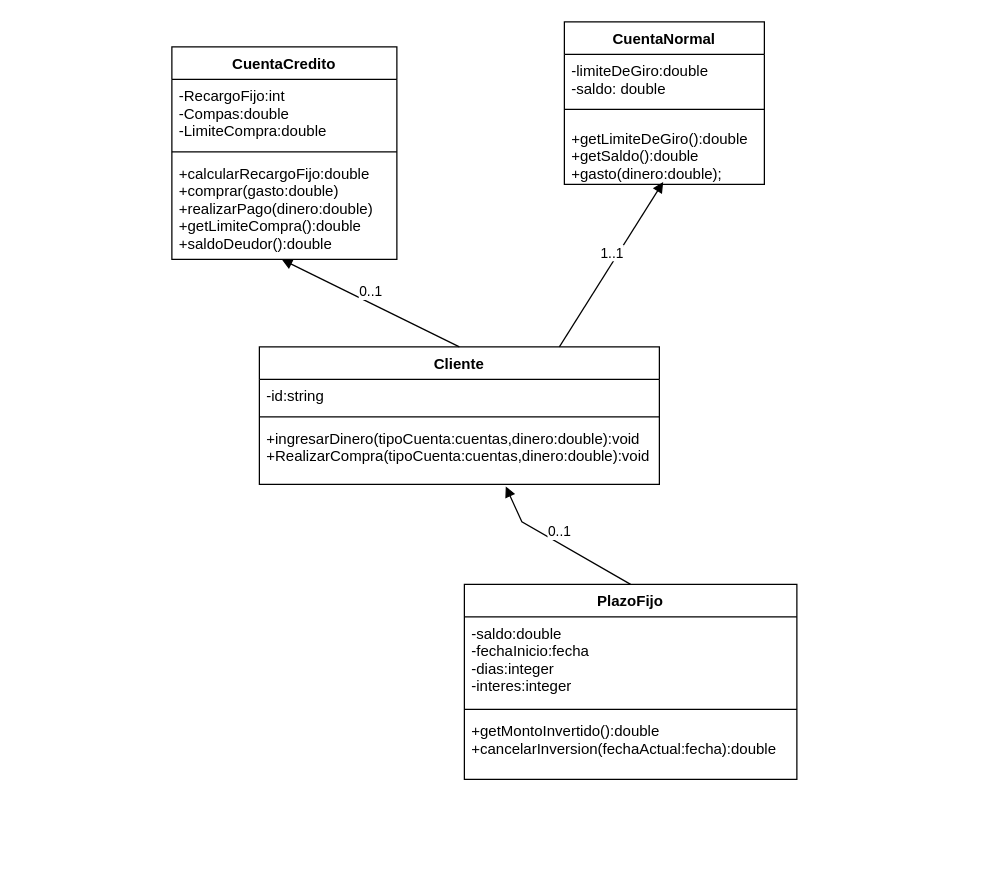
Before: GuiaDeClases-ClasesYAsociaciones(UMLs)/Punto 10_11.drawio in magalilatessa/POO, a draw.io diagram. Source tidied: cells renumbered, new cells numbered last; positions are measured from the earlier drawing's top-left corner, leaving out a move shared by most shapes. Both pictures are drawn from the tidied source at 125%, with x=0, y=0 at pixel (171, 21).
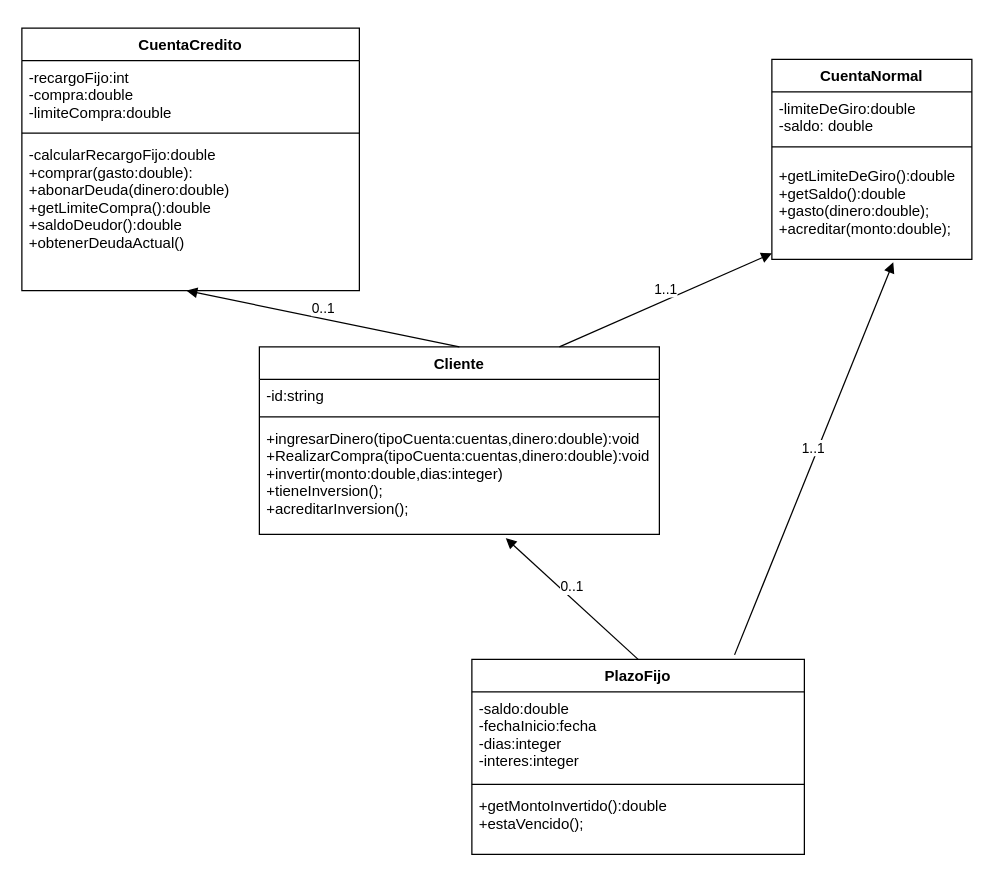
Above is the later version.

The edit, as a diff of the source:
```diff
@@
     <mxCell id="2" value="CuentaCredito" style="swimlane;fontStyle=1;align=center;verticalAlign=top;horizontal=1;startSize=26;" parent="1" vertex="1">
-      <mxGeometry y="20" width="180" height="170" as="geometry" />
+      <mxGeometry x="-120" y="5" width="270" height="210" as="geometry" />
     </mxCell>
-    <mxCell id="3" value="-RecargoFijo:int&#10;-Compas:double&#10;-LimiteCompra:double" style="text;strokeColor=none;fillColor=none;align=left;verticalAlign=top;spacingLeft=4;spacingRight=4;overflow=hidden;" parent="2" vertex="1">
-      <mxGeometry y="26" width="180" height="54" as="geometry" />
+    <mxCell id="3" value="-recargoFijo:int&#10;-compra:double&#10;-limiteCompra:double" style="text;strokeColor=none;fillColor=none;align=left;verticalAlign=top;spacingLeft=4;spacingRight=4;overflow=hidden;" parent="2" vertex="1">
+      <mxGeometry y="26" width="270" height="54" as="geometry" />
     </mxCell>
     <mxCell id="4" style="line;strokeWidth=1;fillColor=none;align=left;verticalAlign=middle;spacingTop=-1;spacingLeft=3;spacingRight=3;labelPosition=right;strokeColor=inherit;" parent="2" vertex="1">
-      <mxGeometry y="80" width="180" height="8" as="geometry" />
+      <mxGeometry y="80" width="270" height="8" as="geometry" />
     </mxCell>
-    <mxCell id="5" value="+calcularRecargoFijo:double&#10;+comprar(gasto:double)&#10;+realizarPago(dinero:double)&#10;+getLimiteCompra():double&#10;+saldoDeudor():double" style="text;strokeColor=none;fillColor=none;align=left;verticalAlign=top;spacingLeft=4;spacingRight=4;overflow=hidden;points=[[0,0.5],[1,0.5]];portConstraint=eastwest;" parent="2" vertex="1">
-      <mxGeometry y="88" width="180" height="82" as="geometry" />
+    <mxCell id="5" value="-calcularRecargoFijo:double&#10;+comprar(gasto:double):&#10;+abonarDeuda(dinero:double)&#10;+getLimiteCompra():double&#10;+saldoDeudor():double&#10;+obtenerDeudaActual()" style="text;strokeColor=none;fillColor=none;align=left;verticalAlign=top;spacingLeft=4;spacingRight=4;overflow=hidden;points=[[0,0.5],[1,0.5]];portConstraint=eastwest;" parent="2" vertex="1">
+      <mxGeometry y="88" width="270" height="122" as="geometry" />
     </mxCell>
     <mxCell id="6" value="CuentaNormal" style="swimlane;fontStyle=1;align=center;verticalAlign=top;horizontal=1;startSize=26;" parent="1" vertex="1">
-      <mxGeometry x="314" width="160" height="130" as="geometry" />
+      <mxGeometry x="480" y="30" width="160" height="160" as="geometry" />
     </mxCell>
@@
-    <mxCell id="9" value="+getLimiteDeGiro():double&#10;+getSaldo():double&#10;+gasto(dinero:double);" style="text;strokeColor=none;fillColor=none;align=left;verticalAlign=top;spacingLeft=4;spacingRight=4;overflow=hidden;points=[[0,0.5],[1,0.5]];portConstraint=eastwest;" parent="6" vertex="1">
-      <mxGeometry y="80" width="160" height="50" as="geometry" />
+    <mxCell id="9" value="+getLimiteDeGiro():double&#10;+getSaldo():double&#10;+gasto(dinero:double);&#10;+acreditar(monto:double);" style="text;strokeColor=none;fillColor=none;align=left;verticalAlign=top;spacingLeft=4;spacingRight=4;overflow=hidden;points=[[0,0.5],[1,0.5]];portConstraint=eastwest;" parent="6" vertex="1">
+      <mxGeometry y="80" width="160" height="80" as="geometry" />
     </mxCell>
     <mxCell id="10" value="Cliente" style="swimlane;fontStyle=1;align=center;verticalAlign=top;horizontal=1;startSize=26;" parent="1" vertex="1">
-      <mxGeometry x="70" y="260" width="320" height="110" as="geometry" />
+      <mxGeometry x="70" y="260" width="320" height="150" as="geometry" />
     </mxCell>
@@
-    <mxCell id="13" value="+ingresarDinero(tipoCuenta:cuentas,dinero:double):void&#10;+RealizarCompra(tipoCuenta:cuentas,dinero:double):void" style="text;strokeColor=none;fillColor=none;align=left;verticalAlign=top;spacingLeft=4;spacingRight=4;overflow=hidden;points=[[0,0.5],[1,0.5]];portConstraint=eastwest;" parent="10" vertex="1">
-      <mxGeometry y="60" width="320" height="50" as="geometry" />
+    <mxCell id="13" value="+ingresarDinero(tipoCuenta:cuentas,dinero:double):void&#10;+RealizarCompra(tipoCuenta:cuentas,dinero:double):void&#10;+invertir(monto:double,dias:integer)&#10;+tieneInversion();&#10;+acreditarInversion();" style="text;strokeColor=none;fillColor=none;align=left;verticalAlign=top;spacingLeft=4;spacingRight=4;overflow=hidden;points=[[0,0.5],[1,0.5]];portConstraint=eastwest;" parent="10" vertex="1">
+      <mxGeometry y="60" width="320" height="90" as="geometry" />
     </mxCell>
@@
-    <mxCell id="15" value="1..1" style="html=1;verticalAlign=bottom;endArrow=block;rounded=0;entryX=0.494;entryY=0.962;entryDx=0;entryDy=0;entryPerimeter=0;exitX=0.75;exitY=0;exitDx=0;exitDy=0;" parent="1" edge="1" source="10" target="9">
+    <mxCell id="15" value="1..1" style="html=1;verticalAlign=bottom;endArrow=block;rounded=0;exitX=0.75;exitY=0;exitDx=0;exitDy=0;" parent="1" edge="1" source="10" target="9">
       <mxGeometry relative="1" as="geometry" />
     </mxCell>
     <mxCell id="16" value="PlazoFijo" style="swimlane;fontStyle=1;align=center;verticalAlign=top;horizontal=1;startSize=26;" parent="1" vertex="1">
-      <mxGeometry x="234" y="450" width="266" height="156" as="geometry" />
+      <mxGeometry x="240" y="510" width="266" height="156" as="geometry" />
     </mxCell>
@@
-    <mxCell id="19" value="+getMontoInvertido():double&#10;+cancelarInversion(fechaActual:fecha):double" style="text;strokeColor=none;fillColor=none;align=left;verticalAlign=top;spacingLeft=4;spacingRight=4;overflow=hidden;" parent="16" vertex="1">
+    <mxCell id="19" value="+getMontoInvertido():double&#10;+estaVencido();" style="text;strokeColor=none;fillColor=none;align=left;verticalAlign=top;spacingLeft=4;spacingRight=4;overflow=hidden;" parent="16" vertex="1">
       <mxGeometry y="104" width="266" height="52" as="geometry" />
     </mxCell>
     <mxCell id="20" value="0..1" style="html=1;verticalAlign=bottom;endArrow=block;rounded=0;exitX=0.5;exitY=0;exitDx=0;exitDy=0;entryX=0.616;entryY=1.033;entryDx=0;entryDy=0;entryPerimeter=0;" parent="1" edge="1" source="16" target="13">
-      <mxGeometry relative="1" as="geometry">
-        <Array as="points">
-          <mxPoint x="280" y="400" />
-        </Array>
-      </mxGeometry>
+      <mxGeometry relative="1" as="geometry" />
     </mxCell>
+    <mxCell id="21" value="1..1" style="html=1;verticalAlign=bottom;endArrow=block;rounded=0;entryX=0.607;entryY=1.028;entryDx=0;entryDy=0;entryPerimeter=0;exitX=0.79;exitY=-0.023;exitDx=0;exitDy=0;exitPerimeter=0;" parent="1" edge="1" source="16" target="9">
+      <mxGeometry relative="1" as="geometry" />
+    </mxCell>
```
